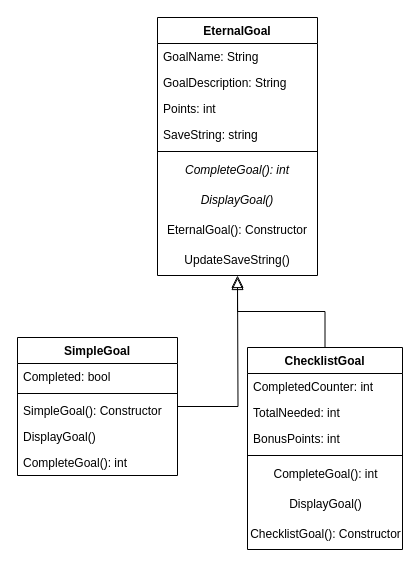
Above: Draw.io/Polymorphism.drawio in Jebthegamer/cse210_hw (draw.io), before the change. Source tidied: cells renumbered, new cells numbered last; positions are measured from the earlier drawing's top-left corner, leaving out a move shared by most shapes. Both pictures are drawn from the tidied source at 100%, with x=0, y=0 at pixel (17, 17).
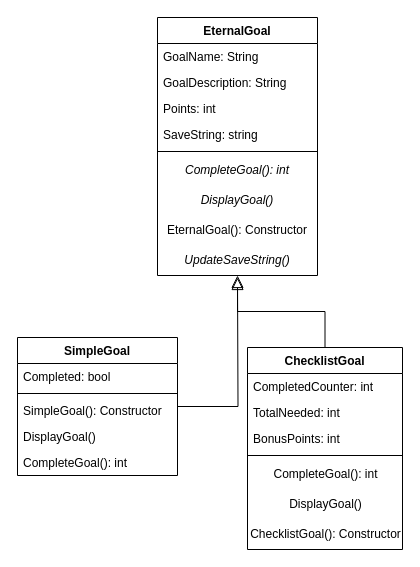
Above is the later version.

The change refers to these unchanged cells:
```xml
<mxCell id="2" value="EternalGoal" style="swimlane;fontStyle=1;align=center;verticalAlign=top;horizontal=1;startSize=26;rounded=0;shadow=0;strokeWidth=1;" parent="1" vertex="1">
  <mxGeometry x="140" width="160" height="258" as="geometry" />
</mxCell>
```

The edit, as a diff of the source:
```diff
@@
-    <mxCell id="11" value="UpdateSaveString()" style="text;html=1;strokeColor=none;fillColor=none;align=center;verticalAlign=middle;whiteSpace=wrap;rounded=0;" parent="2" vertex="1">
+    <mxCell id="11" value="&lt;i&gt;UpdateSaveString()&lt;/i&gt;" style="text;html=1;strokeColor=none;fillColor=none;align=center;verticalAlign=middle;whiteSpace=wrap;rounded=0;" parent="2" vertex="1">
       <mxGeometry y="228" width="160" height="30" as="geometry" />
     </mxCell>
```
